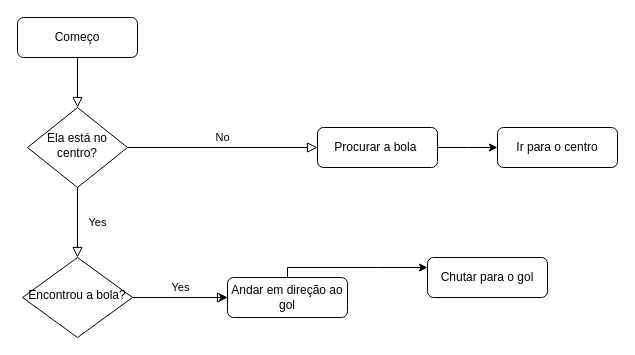
Before: page "Ações Gerais" (1 of 4) of Untitled Diagram.drawio in HumanoidPequi/HumanoidPMec_LARC2023, a draw.io diagram. Source tidied: cells renumbered, new cells numbered last; positions are measured from the earlier drawing's top-left corner, leaving out a move shared by most shapes. Both pictures are drawn from the tidied source at 100%, with x=0, y=0 at pixel (17, 17).
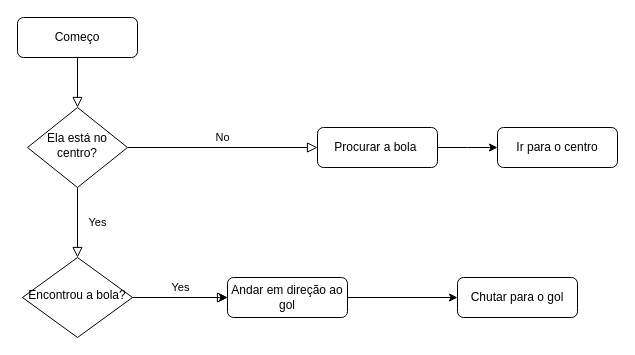
The same page after the edit.

Diff of the diagram source:
```diff
@@
 <mxGraphModel>
   <root>
     <mxCell id="0" />
     <mxCell id="1" parent="0" />
     <mxCell id="2" style="rounded=0;html=1;jettySize=auto;fontSize=11;endArrow=block;endFill=0;endSize=8;strokeWidth=1;shadow=0;labelBackgroundColor=none;edgeStyle=orthogonalEdgeStyle;" parent="1" edge="1" source="3" target="6">
       <mxGeometry relative="1" as="geometry" />
     </mxCell>
     <mxCell id="3" value="Começo" style="rounded=1;whiteSpace=wrap;html=1;fontSize=12;glass=0;strokeWidth=1;shadow=0;" parent="1" vertex="1">
       <mxGeometry width="120" height="40" as="geometry" />
     </mxCell>
     <mxCell id="4" value="Yes" style="rounded=0;html=1;jettySize=auto;fontSize=11;endArrow=block;endFill=0;endSize=8;strokeWidth=1;shadow=0;labelBackgroundColor=none;edgeStyle=orthogonalEdgeStyle;" parent="1" edge="1" source="6" target="11">
       <mxGeometry y="20" relative="1" as="geometry" />
     </mxCell>
     <mxCell id="5" value="No" style="edgeStyle=orthogonalEdgeStyle;rounded=0;html=1;jettySize=auto;fontSize=11;endArrow=block;endFill=0;endSize=8;strokeWidth=1;shadow=0;labelBackgroundColor=none;" parent="1" edge="1" source="6" target="8">
       <mxGeometry y="10" relative="1" as="geometry" />
     </mxCell>
     <mxCell id="6" value="Ela está no centro?" style="rhombus;whiteSpace=wrap;html=1;shadow=0;fontFamily=Helvetica;fontSize=12;align=center;strokeWidth=1;spacing=6;spacingTop=-4;" parent="1" vertex="1">
       <mxGeometry x="10" y="90" width="100" height="80" as="geometry" />
     </mxCell>
     <mxCell id="7" style="edgeStyle=orthogonalEdgeStyle;rounded=0;jettySize=auto;html=1;" parent="1" edge="1" source="8">
       <mxGeometry relative="1" as="geometry">
         <mxPoint x="480" y="130" as="targetPoint" />
       </mxGeometry>
     </mxCell>
     <mxCell id="8" value="Procurar a bola&amp;nbsp;" style="rounded=1;whiteSpace=wrap;html=1;fontSize=12;glass=0;strokeWidth=1;shadow=0;" parent="1" vertex="1">
       <mxGeometry x="300" y="110" width="120" height="40" as="geometry" />
     </mxCell>
     <mxCell id="9" value="Yes" style="edgeStyle=orthogonalEdgeStyle;rounded=0;html=1;jettySize=auto;fontSize=11;endArrow=block;endFill=0;endSize=8;strokeWidth=1;shadow=0;labelBackgroundColor=none;" parent="1" edge="1" source="11" target="13">
       <mxGeometry y="10" relative="1" as="geometry" />
     </mxCell>
     <mxCell id="10" style="edgeStyle=orthogonalEdgeStyle;rounded=0;jettySize=auto;html=1;" parent="1" edge="1" source="11" target="13">
       <mxGeometry relative="1" as="geometry" />
     </mxCell>
     <mxCell id="11" value="Encontrou a bola?" style="rhombus;whiteSpace=wrap;html=1;shadow=0;fontFamily=Helvetica;fontSize=12;align=center;strokeWidth=1;spacing=6;spacingTop=-4;" parent="1" vertex="1">
       <mxGeometry x="5" y="240" width="110" height="80" as="geometry" />
     </mxCell>
-    <mxCell id="12" style="edgeStyle=orthogonalEdgeStyle;rounded=0;jettySize=auto;html=1;" parent="1" edge="1" source="13">
-      <mxGeometry relative="1" as="geometry">
-        <mxPoint x="410" y="250" as="targetPoint" />
-        <Array as="points">
-          <mxPoint x="360" y="250" />
-          <mxPoint x="360" y="250" />
-        </Array>
-      </mxGeometry>
-    </mxCell>
+    <mxCell id="16" style="edgeStyle=orthogonalEdgeStyle;rounded=0;jettySize=auto;html=1;" parent="1" edge="1" source="13" target="15">
+      <mxGeometry relative="1" as="geometry" />
+    </mxCell>
     <mxCell id="13" value="Andar em direção ao gol" style="rounded=1;whiteSpace=wrap;html=1;fontSize=12;glass=0;strokeWidth=1;shadow=0;" parent="1" vertex="1">
       <mxGeometry x="210" y="260" width="120" height="40" as="geometry" />
     </mxCell>
     <mxCell id="14" value="Ir para o centro" style="rounded=1;whiteSpace=wrap;html=1;fontSize=12;glass=0;strokeWidth=1;shadow=0;" parent="1" vertex="1">
       <mxGeometry x="480" y="110" width="120" height="40" as="geometry" />
     </mxCell>
     <mxCell id="15" value="Chutar para o gol" style="rounded=1;whiteSpace=wrap;html=1;fontSize=12;glass=0;strokeWidth=1;shadow=0;" parent="1" vertex="1">
-      <mxGeometry x="410" y="240" width="120" height="40" as="geometry" />
+      <mxGeometry x="440" y="260" width="120" height="40" as="geometry" />
     </mxCell>
   </root>
 </mxGraphModel>
```
